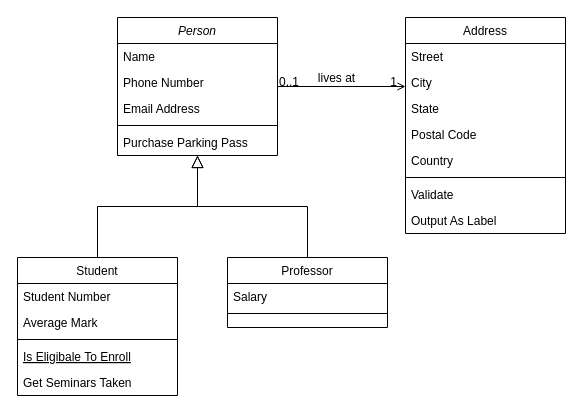
Above: cmake-build-debug/Untitled Diagram.drawio in soufianebt/KALAH (draw.io), before the change. Source tidied: cells renumbered, new cells numbered last; positions are measured from the earlier drawing's top-left corner, leaving out a move shared by most shapes. Both pictures are drawn from the tidied source at 100%, with x=0, y=0 at pixel (17, 17).
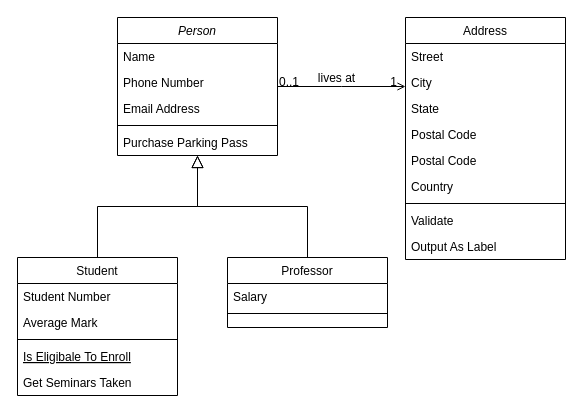
Above is the later version.

Change to the diagram source:
```diff
@@
     <mxCell id="19" value="Address" style="swimlane;fontStyle=0;align=center;verticalAlign=top;horizontal=1;startSize=26;rounded=0;shadow=0;strokeWidth=1;" parent="1" vertex="1">
-      <mxGeometry x="388" width="160" height="216" as="geometry" />
+      <mxGeometry x="388" width="160" height="242" as="geometry" />
     </mxCell>
@@
+    <mxCell id="32" value="Postal Code" style="text;align=left;verticalAlign=top;spacingLeft=4;spacingRight=4;overflow=hidden;rounded=0;shadow=0;html=0;" parent="19" vertex="1">
+      <mxGeometry y="104" width="160" height="26" as="geometry" />
+    </mxCell>
     <mxCell id="23" value="Postal Code" style="text;align=left;verticalAlign=top;spacingLeft=4;spacingRight=4;overflow=hidden;rounded=0;shadow=0;html=0;" parent="19" vertex="1">
-      <mxGeometry y="104" width="160" height="26" as="geometry" />
+      <mxGeometry y="130" width="160" height="26" as="geometry" />
     </mxCell>
     <mxCell id="24" value="Country" style="text;align=left;verticalAlign=top;spacingLeft=4;spacingRight=4;overflow=hidden;rounded=0;shadow=0;html=0;" parent="19" vertex="1">
-      <mxGeometry y="130" width="160" height="26" as="geometry" />
+      <mxGeometry y="156" width="160" height="26" as="geometry" />
     </mxCell>
     <mxCell id="25" style="line;html=1;strokeWidth=1;align=left;verticalAlign=middle;spacingTop=-1;spacingLeft=3;spacingRight=3;labelPosition=right;" parent="19" vertex="1">
-      <mxGeometry y="156" width="160" height="8" as="geometry" />
+      <mxGeometry y="182" width="160" height="8" as="geometry" />
     </mxCell>
     <mxCell id="26" value="Validate" style="text;align=left;verticalAlign=top;spacingLeft=4;spacingRight=4;overflow=hidden;" parent="19" vertex="1">
-      <mxGeometry y="164" width="160" height="26" as="geometry" />
+      <mxGeometry y="190" width="160" height="26" as="geometry" />
     </mxCell>
     <mxCell id="27" value="Output As Label" style="text;align=left;verticalAlign=top;spacingLeft=4;spacingRight=4;overflow=hidden;" parent="19" vertex="1">
-      <mxGeometry y="190" width="160" height="26" as="geometry" />
+      <mxGeometry y="216" width="160" height="26" as="geometry" />
     </mxCell>
```
